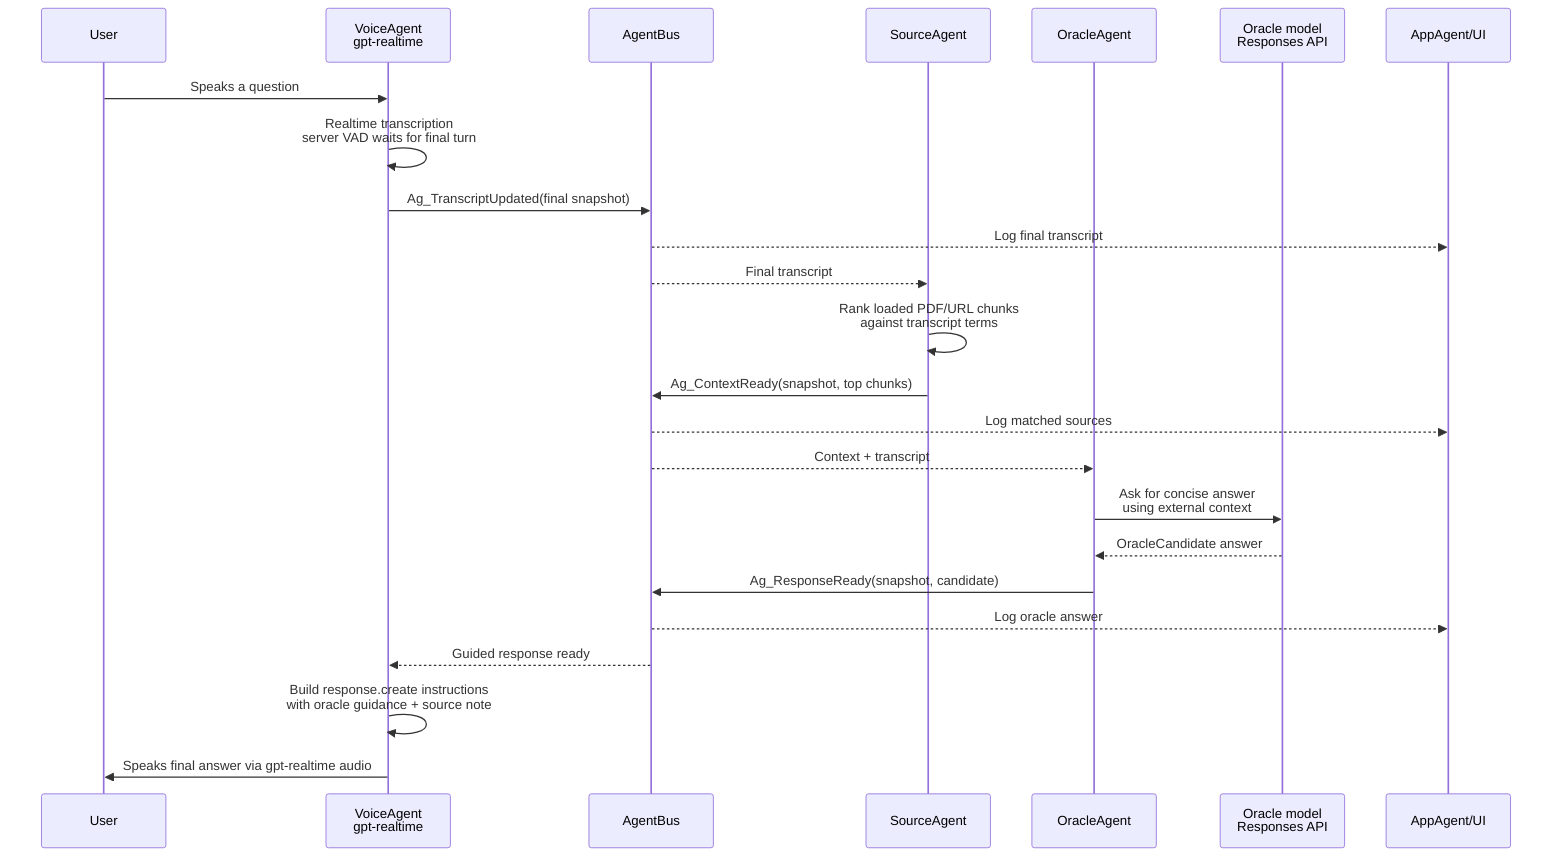
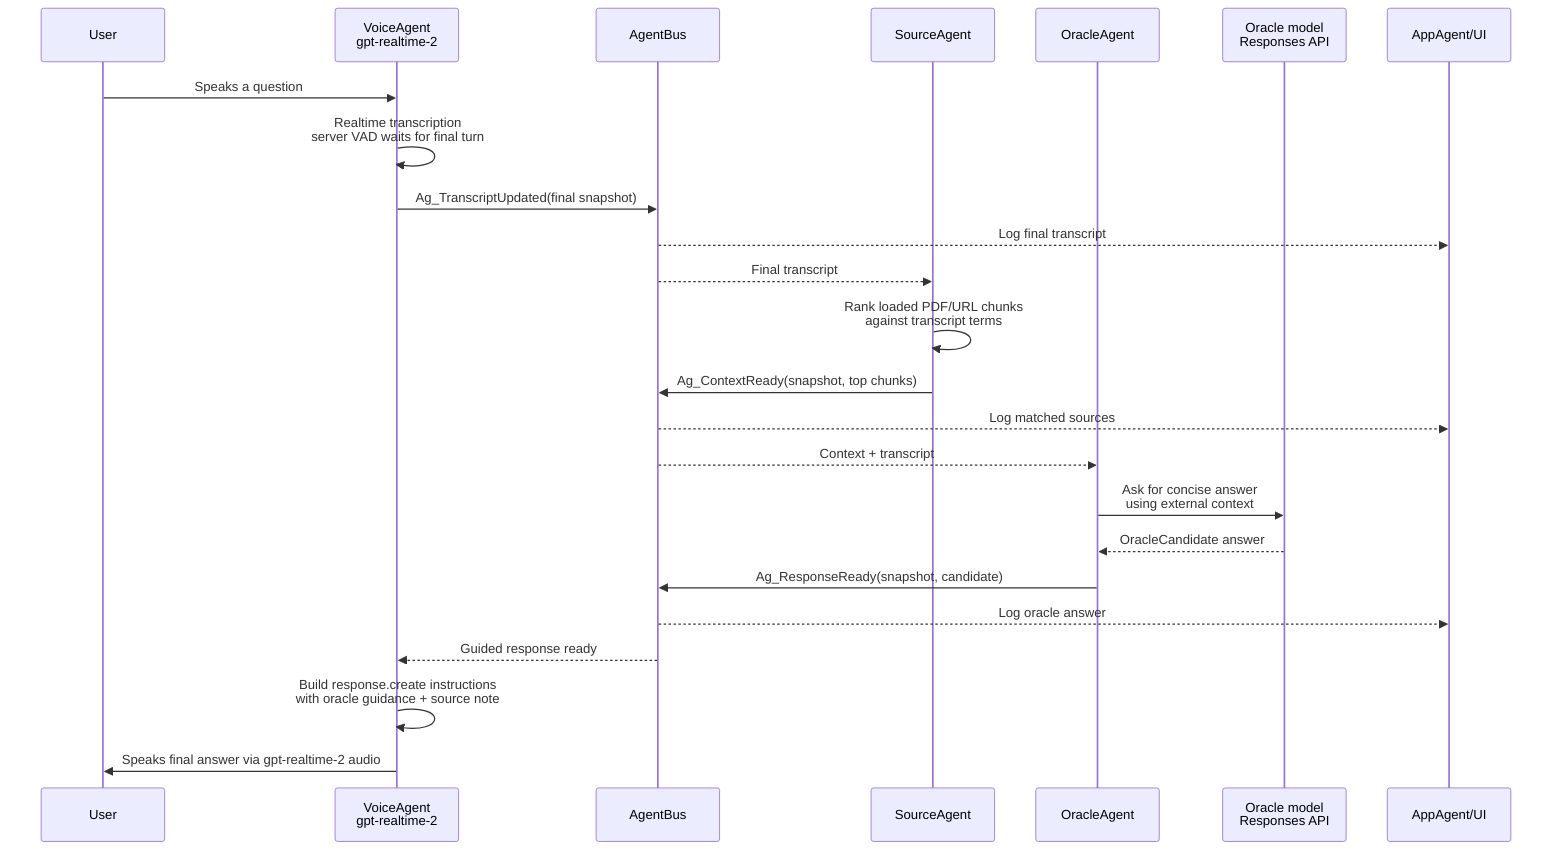
sequenceDiagram
    participant User
-     participant Voice as VoiceAgent<br/>gpt-realtime
+     participant Voice as VoiceAgent<br/>gpt-realtime-2
    participant Bus as AgentBus
    participant Source as SourceAgent
    participant Oracle as OracleAgent
    participant LLM as Oracle model<br/>Responses API
    participant App as AppAgent/UI

    User->>Voice: Speaks a question
    Voice->>Voice: Realtime transcription<br/>server VAD waits for final turn
    Voice->>Bus: Ag_TranscriptUpdated(final snapshot)
    Bus-->>App: Log final transcript
    Bus-->>Source: Final transcript

    Source->>Source: Rank loaded PDF/URL chunks<br/>against transcript terms
    Source->>Bus: Ag_ContextReady(snapshot, top chunks)
    Bus-->>App: Log matched sources
    Bus-->>Oracle: Context + transcript

    Oracle->>LLM: Ask for concise answer<br/>using external context
    LLM-->>Oracle: OracleCandidate answer
    Oracle->>Bus: Ag_ResponseReady(snapshot, candidate)
    Bus-->>App: Log oracle answer
    Bus-->>Voice: Guided response ready

    Voice->>Voice: Build response.create instructions<br/>with oracle guidance + source note
-     Voice->>User: Speaks final answer via gpt-realtime audio
- 
+     Voice->>User: Speaks final answer via gpt-realtime-2 audio
